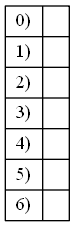
SelvinLP/EDD_2S2019_PY2_201701133 keeps this Graphviz diagram as [EDD]PY2_201701133/TablaHash.png. Above is the earlier version. Its source is kept beside it as [EDD]PY2_201701133/TablaHash.dot.
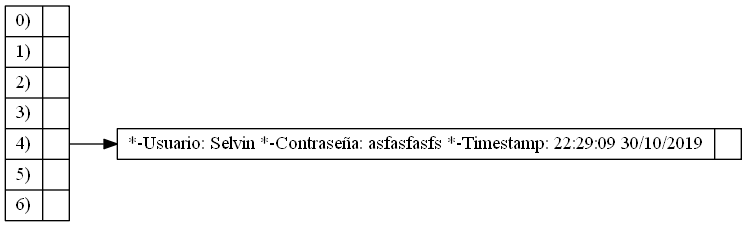
The same diagram one commit later.

Commit message:
Tabla Hash, Implementacion con Admin v1

The edit, as a diff of the source:
```diff
@@ -2,4 +2,6 @@
    rankdir=LR;
    node [shape=record,width=.1,height=.1];
    N0 [label = "{0)|<fl0>} |{1)|<fl1>} |{2)|<fl2>} |{3)|<fl3>} |{4)|<fl4>} |{5)|<fl5>} |{6)|<fl6>} "];
+N5[label = "{<n> *-Usuario: Selvin     *-Contraseña: asfasfasfs     *-Timestamp: 22:29:09 30/10/2019|<p> }"];
+N0:fl4 -> N5:n;
 }
```
